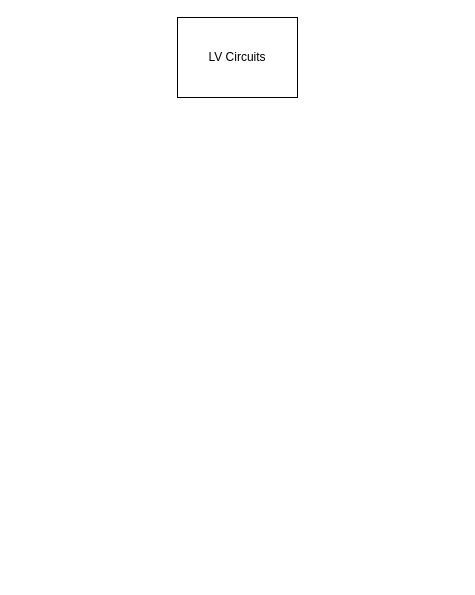
Before: page "Circuit Progression" (3 of 3) of StarstruckProgression.drawio in MicahHaack/Starstruck, a draw.io diagram. Source tidied: cells renumbered, new cells numbered last; positions are measured from the earlier drawing's top-left corner, leaving out a move shared by most shapes. Both pictures are drawn from the tidied source at 100%, with x=0, y=0 at pixel (177, 17).
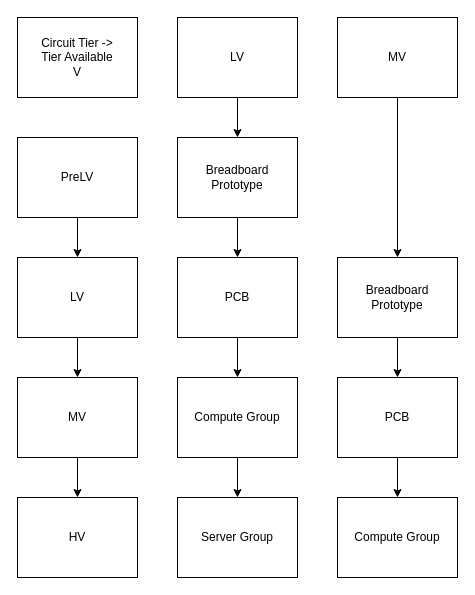
After the change.

Change to the diagram source:
```diff
@@
+    <mxCell id="3" style="edgeStyle=orthogonalEdgeStyle;rounded=0;jettySize=auto;html=1;" parent="1" edge="1" source="2" target="12">
+      <mxGeometry relative="1" as="geometry" />
+    </mxCell>
-    <mxCell id="2" value="LV Circuits" style="rounded=0;whiteSpace=wrap;html=1;" parent="1" vertex="1">
+    <mxCell id="2" value="LV" style="rounded=0;whiteSpace=wrap;html=1;" parent="1" vertex="1">
       <mxGeometry width="120" height="80" as="geometry" />
     </mxCell>
+    <mxCell id="4" style="edgeStyle=orthogonalEdgeStyle;rounded=0;jettySize=auto;html=1;" parent="1" edge="1" source="5" target="7">
+      <mxGeometry relative="1" as="geometry" />
+    </mxCell>
+    <mxCell id="5" value="PreLV" style="rounded=0;whiteSpace=wrap;html=1;" parent="1" vertex="1">
+      <mxGeometry x="-160" y="120" width="120" height="80" as="geometry" />
+    </mxCell>
+    <mxCell id="6" style="edgeStyle=orthogonalEdgeStyle;rounded=0;jettySize=auto;html=1;" parent="1" edge="1" source="7" target="9">
+      <mxGeometry relative="1" as="geometry" />
+    </mxCell>
+    <mxCell id="7" value="LV" style="rounded=0;whiteSpace=wrap;html=1;" parent="1" vertex="1">
+      <mxGeometry x="-160" y="240" width="120" height="80" as="geometry" />
+    </mxCell>
+    <mxCell id="8" style="edgeStyle=orthogonalEdgeStyle;rounded=0;jettySize=auto;html=1;" parent="1" edge="1" source="9" target="10">
+      <mxGeometry relative="1" as="geometry" />
+    </mxCell>
+    <mxCell id="9" value="MV" style="rounded=0;whiteSpace=wrap;html=1;" parent="1" vertex="1">
+      <mxGeometry x="-160" y="360" width="120" height="80" as="geometry" />
+    </mxCell>
+    <mxCell id="10" value="HV" style="rounded=0;whiteSpace=wrap;html=1;" parent="1" vertex="1">
+      <mxGeometry x="-160" y="480" width="120" height="80" as="geometry" />
+    </mxCell>
+    <mxCell id="11" style="edgeStyle=orthogonalEdgeStyle;rounded=0;jettySize=auto;html=1;" parent="1" edge="1" source="12" target="15">
+      <mxGeometry relative="1" as="geometry" />
+    </mxCell>
+    <mxCell id="12" value="&lt;div&gt;Breadboard&lt;/div&gt;&lt;div&gt;Prototype&lt;br&gt;&lt;/div&gt;" style="rounded=0;whiteSpace=wrap;html=1;" parent="1" vertex="1">
+      <mxGeometry y="120" width="120" height="80" as="geometry" />
+    </mxCell>
+    <mxCell id="13" value="&lt;div&gt;Circuit Tier -&amp;gt;&lt;/div&gt;&lt;div&gt;Tier Available&lt;/div&gt;&lt;div&gt;V&lt;br&gt;&lt;/div&gt;" style="rounded=0;whiteSpace=wrap;html=1;" parent="1" vertex="1">
+      <mxGeometry x="-160" width="120" height="80" as="geometry" />
+    </mxCell>
+    <mxCell id="14" style="edgeStyle=orthogonalEdgeStyle;rounded=0;jettySize=auto;html=1;" parent="1" edge="1" source="15" target="17">
+      <mxGeometry relative="1" as="geometry" />
+    </mxCell>
+    <mxCell id="15" value="PCB" style="rounded=0;whiteSpace=wrap;html=1;" parent="1" vertex="1">
+      <mxGeometry y="240" width="120" height="80" as="geometry" />
+    </mxCell>
+    <mxCell id="16" style="edgeStyle=orthogonalEdgeStyle;rounded=0;jettySize=auto;html=1;" parent="1" edge="1" source="17" target="18">
+      <mxGeometry relative="1" as="geometry" />
+    </mxCell>
+    <mxCell id="17" value="Compute Group" style="rounded=0;whiteSpace=wrap;html=1;" parent="1" vertex="1">
+      <mxGeometry y="360" width="120" height="80" as="geometry" />
+    </mxCell>
+    <mxCell id="18" value="Server Group" style="rounded=0;whiteSpace=wrap;html=1;" parent="1" vertex="1">
+      <mxGeometry y="480" width="120" height="80" as="geometry" />
+    </mxCell>
+    <mxCell id="19" style="edgeStyle=orthogonalEdgeStyle;rounded=0;jettySize=auto;html=1;" parent="1" edge="1" source="20" target="22">
+      <mxGeometry relative="1" as="geometry" />
+    </mxCell>
+    <mxCell id="20" value="MV" style="rounded=0;whiteSpace=wrap;html=1;" parent="1" vertex="1">
+      <mxGeometry x="160" width="120" height="80" as="geometry" />
+    </mxCell>
+    <mxCell id="21" style="edgeStyle=orthogonalEdgeStyle;rounded=0;jettySize=auto;html=1;" parent="1" edge="1" source="22" target="24">
+      <mxGeometry relative="1" as="geometry" />
+    </mxCell>
+    <mxCell id="22" value="&lt;div&gt;Breadboard&lt;/div&gt;&lt;div&gt;Prototype&lt;br&gt;&lt;/div&gt;" style="rounded=0;whiteSpace=wrap;html=1;" parent="1" vertex="1">
+      <mxGeometry x="160" y="240" width="120" height="80" as="geometry" />
+    </mxCell>
+    <mxCell id="23" style="edgeStyle=orthogonalEdgeStyle;rounded=0;jettySize=auto;html=1;" parent="1" edge="1" source="24" target="25">
+      <mxGeometry relative="1" as="geometry" />
+    </mxCell>
+    <mxCell id="24" value="PCB" style="rounded=0;whiteSpace=wrap;html=1;" parent="1" vertex="1">
+      <mxGeometry x="160" y="360" width="120" height="80" as="geometry" />
+    </mxCell>
+    <mxCell id="25" value="Compute Group" style="rounded=0;whiteSpace=wrap;html=1;" parent="1" vertex="1">
+      <mxGeometry x="160" y="480" width="120" height="80" as="geometry" />
+    </mxCell>
```
